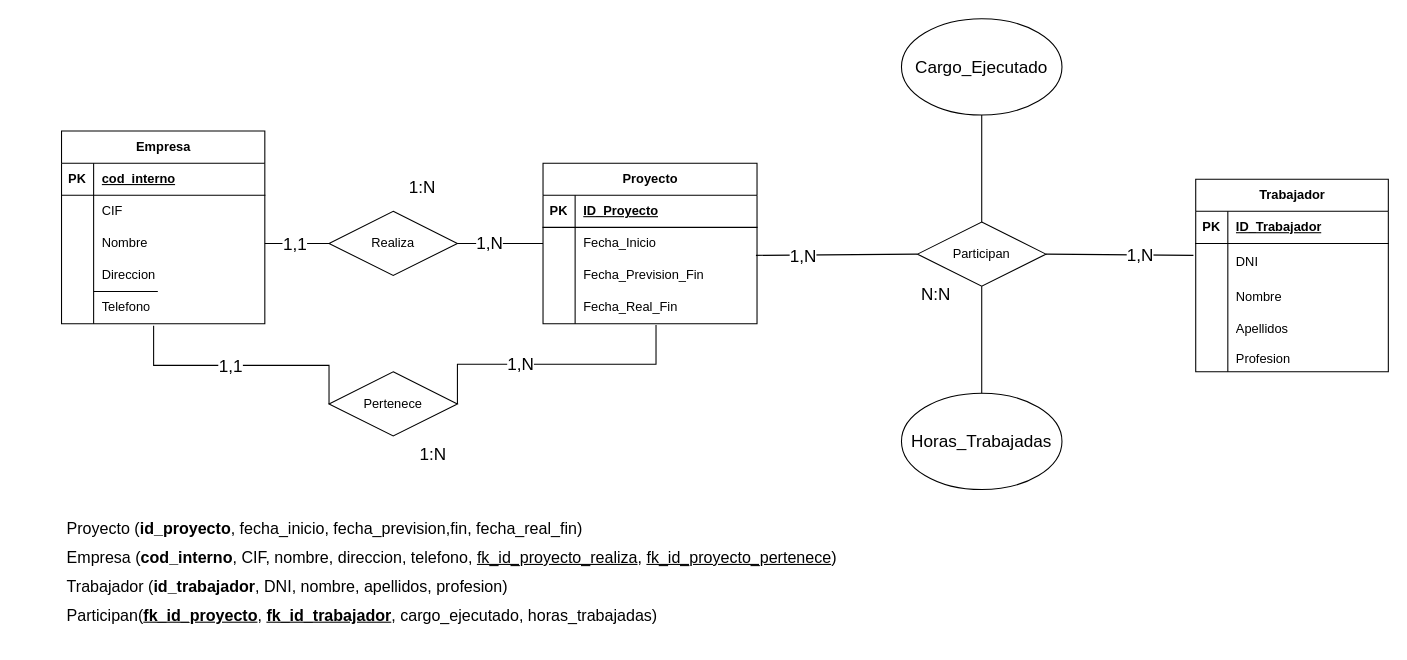
Daninuro/diagrames-cvf-dn-mpl-n-11102023 keeps this draw.io diagram as Ejercicio12.drawio. Above is the earlier version. Source tidied: cells renumbered, new cells numbered last; positions are measured from the earlier drawing's top-left corner, leaving out a move shared by most shapes. Both pictures are drawn from the tidied source at 107%, with x=0, y=0 at pixel (18, 18).
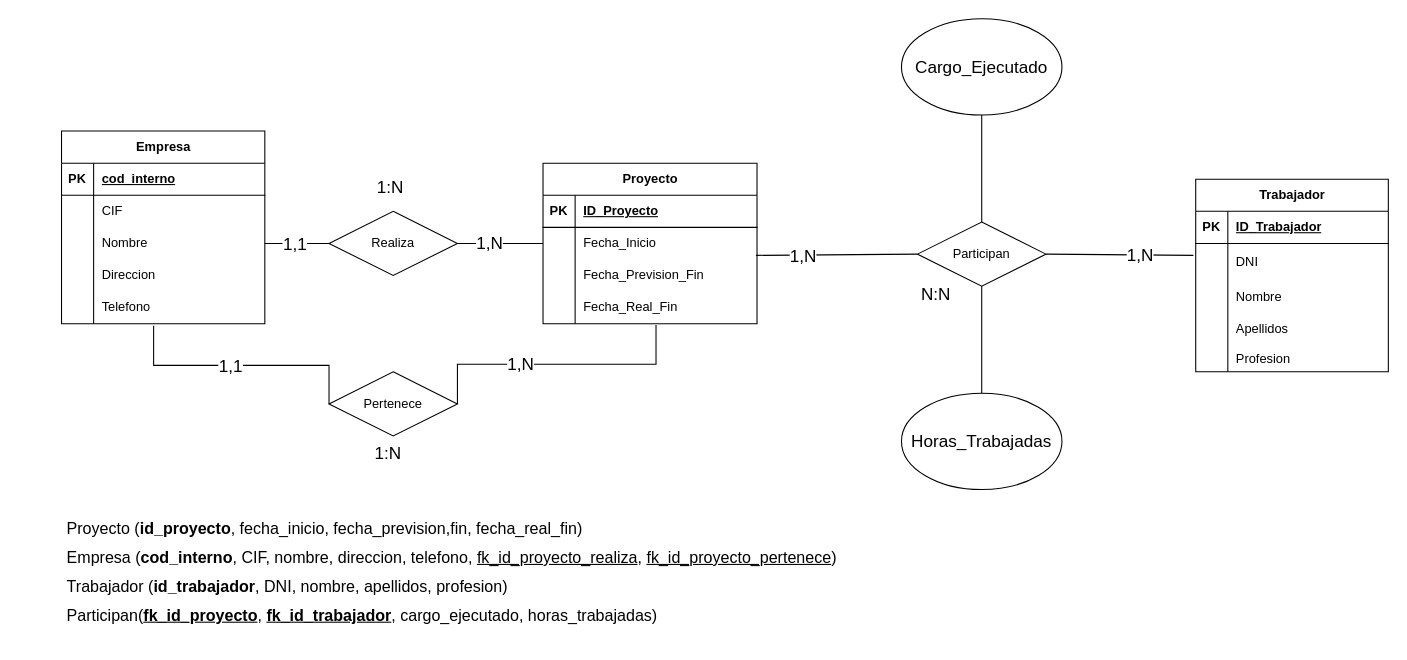
After the change.

Diff of the diagram source:
```diff
@@
-    <mxCell id="66" style="line;strokeWidth=1;dashed=0;labelPosition=right;align=left;verticalAlign=middle;spacingTop=0;spacingLeft=6;fontSize=16;" parent="1" vertex="1">
-      <mxGeometry x="70" y="250" width="60" height="10" as="geometry" />
-    </mxCell>
@@
     <mxCell id="72" value="1:N" style="edgeLabel;html=1;align=center;verticalAlign=middle;fontSize=16;" parent="1" vertex="1">
-      <mxGeometry x="370" y="410" as="geometry">
-        <mxPoint x="16" y="-4" as="offset" />
+      <mxGeometry x="310" y="400" as="geometry">
+        <mxPoint x="34" y="5" as="offset" />
       </mxGeometry>
     </mxCell>
     <mxCell id="73" value="1:N" style="edgeLabel;html=1;align=center;verticalAlign=middle;fontSize=16;" parent="1" vertex="1">
-      <mxGeometry x="360" y="160" as="geometry">
+      <mxGeometry x="330" y="160" as="geometry">
         <mxPoint x="16" y="-4" as="offset" />
       </mxGeometry>
     </mxCell>
```
